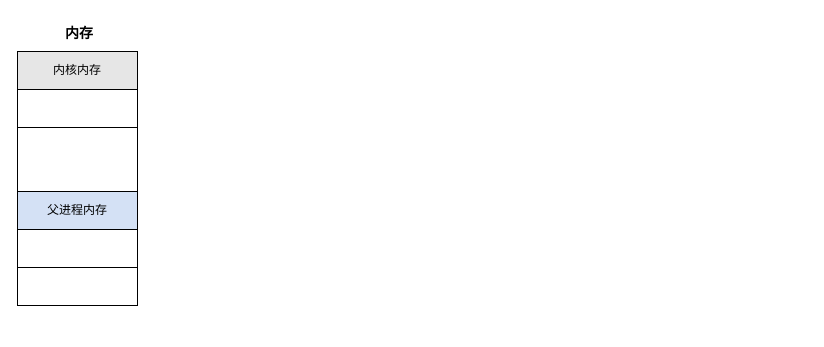
fsJerryChan/fsJerryChan keeps this draw.io diagram as fork.drawio. Above is the earlier version. Source tidied: cells renumbered, new cells numbered last; positions are measured from the earlier drawing's top-left corner, leaving out a move shared by most shapes. Both pictures are drawn from the tidied source at 100%, with x=0, y=0 at pixel (17, 17).
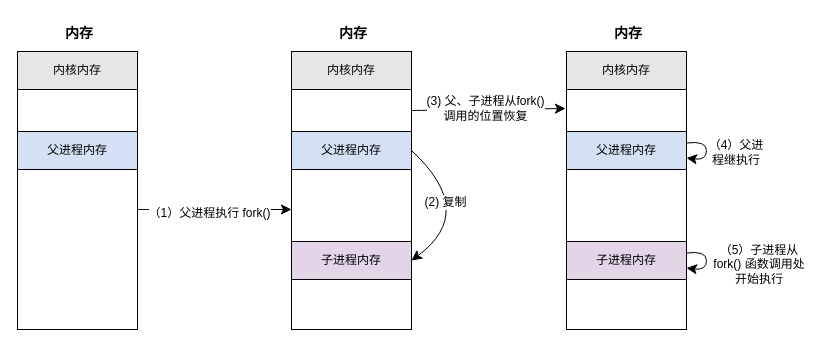
The same diagram, later.

Change to the diagram source:
```diff
@@
+    <mxCell id="9" style="edgeStyle=none;curved=1;rounded=0;jettySize=auto;html=1;entryX=0;entryY=0.5;entryDx=0;entryDy=0;fontSize=12;startSize=8;endSize=8;" parent="1" edge="1" source="3" target="14">
+      <mxGeometry relative="1" as="geometry" />
+    </mxCell>
+    <mxCell id="10" value="（1）父进程执行 fork()" style="edgeLabel;html=1;align=center;verticalAlign=middle;fontSize=12;" parent="9" vertex="1">
+      <mxGeometry x="-0.08" y="-3" relative="1" as="geometry" />
+    </mxCell>
     <mxCell id="3" style="rounded=0;whiteSpace=wrap;html=1;" parent="1" vertex="1">
-      <mxGeometry y="72" width="120" height="38" as="geometry" />
+      <mxGeometry y="72" width="120" height="240" as="geometry" />
     </mxCell>
-    <mxCell id="4" style="rounded=0;whiteSpace=wrap;html=1;" parent="1" vertex="1">
-      <mxGeometry y="110" width="120" height="64" as="geometry" />
-    </mxCell>
     <mxCell id="5" value="父进程内存" style="rounded=0;whiteSpace=wrap;html=1;fillColor=#D4E1F5;" parent="1" vertex="1">
-      <mxGeometry y="174" width="120" height="38" as="geometry" />
+      <mxGeometry y="114" width="120" height="38" as="geometry" />
     </mxCell>
-    <mxCell id="6" style="rounded=0;whiteSpace=wrap;html=1;" parent="1" vertex="1">
-      <mxGeometry y="212" width="120" height="38" as="geometry" />
-    </mxCell>
-    <mxCell id="7" style="rounded=0;whiteSpace=wrap;html=1;" parent="1" vertex="1">
-      <mxGeometry y="250" width="120" height="38" as="geometry" />
-    </mxCell>
@@
+    <mxCell id="11" value="内核内存" style="rounded=0;whiteSpace=wrap;html=1;fillColor=#E6E6E6;" parent="1" vertex="1">
+      <mxGeometry x="274" y="34" width="120" height="38" as="geometry" />
+    </mxCell>
+    <mxCell id="12" style="edgeStyle=none;curved=1;rounded=0;orthogonalLoop=1;jettySize=auto;html=1;fontSize=12;startSize=8;endSize=8;" parent="1" edge="1">
+      <mxGeometry relative="1" as="geometry">
+        <mxPoint x="394" y="93" as="sourcePoint" />
+        <mxPoint x="548" y="91" as="targetPoint" />
+      </mxGeometry>
+    </mxCell>
+    <mxCell id="13" value="(3) 父、子进程从fork() &lt;br&gt;调用的位置恢复" style="edgeLabel;html=1;align=center;verticalAlign=middle;fontSize=12;" parent="12" vertex="1">
+      <mxGeometry x="-0.17" y="2" relative="1" as="geometry">
+        <mxPoint x="10" as="offset" />
+      </mxGeometry>
+    </mxCell>
+    <mxCell id="14" style="rounded=0;whiteSpace=wrap;html=1;" parent="1" vertex="1">
+      <mxGeometry x="274" y="72" width="120" height="240" as="geometry" />
+    </mxCell>
+    <mxCell id="15" style="edgeStyle=none;curved=1;rounded=0;jettySize=auto;html=1;entryX=1;entryY=0.5;entryDx=0;entryDy=0;fontSize=12;startSize=8;endSize=8;exitX=1;exitY=0.5;exitDx=0;exitDy=0;" parent="1" edge="1" source="17" target="19">
+      <mxGeometry relative="1" as="geometry">
+        <Array as="points">
+          <mxPoint x="460" y="194" />
+        </Array>
+      </mxGeometry>
+    </mxCell>
+    <mxCell id="16" value="(2) 复制" style="edgeLabel;html=1;align=center;verticalAlign=middle;fontSize=12;" parent="15" vertex="1">
+      <mxGeometry x="-0.3" y="-15" relative="1" as="geometry" />
+    </mxCell>
+    <mxCell id="17" value="父进程内存" style="rounded=0;whiteSpace=wrap;html=1;fillColor=#D4E1F5;" parent="1" vertex="1">
+      <mxGeometry x="274" y="114" width="120" height="38" as="geometry" />
+    </mxCell>
+    <mxCell id="18" value="&lt;font style=&quot;font-size: 14px;&quot;&gt;&lt;b&gt;内存&lt;/b&gt;&lt;/font&gt;" style="text;strokeColor=none;fillColor=none;html=1;align=center;verticalAlign=middle;whiteSpace=wrap;rounded=0;fontSize=16;" parent="1" vertex="1">
+      <mxGeometry x="306" width="60" height="30" as="geometry" />
+    </mxCell>
+    <mxCell id="19" value="子进程内存" style="rounded=0;whiteSpace=wrap;html=1;fillColor=#E1D5E7;" parent="1" vertex="1">
+      <mxGeometry x="274" y="224" width="120" height="38" as="geometry" />
+    </mxCell>
+    <mxCell id="20" value="内核内存" style="rounded=0;whiteSpace=wrap;html=1;fillColor=#E6E6E6;" parent="1" vertex="1">
+      <mxGeometry x="549" y="34" width="120" height="38" as="geometry" />
+    </mxCell>
+    <mxCell id="21" style="rounded=0;whiteSpace=wrap;html=1;" parent="1" vertex="1">
+      <mxGeometry x="549" y="72" width="120" height="240" as="geometry" />
+    </mxCell>
+    <mxCell id="22" value="父进程内存" style="rounded=0;whiteSpace=wrap;html=1;fillColor=#D4E1F5;" parent="1" vertex="1">
+      <mxGeometry x="549" y="114" width="120" height="38" as="geometry" />
+    </mxCell>
+    <mxCell id="23" value="&lt;font style=&quot;font-size: 14px;&quot;&gt;&lt;b&gt;内存&lt;/b&gt;&lt;/font&gt;" style="text;strokeColor=none;fillColor=none;html=1;align=center;verticalAlign=middle;whiteSpace=wrap;rounded=0;fontSize=16;" parent="1" vertex="1">
+      <mxGeometry x="581" width="60" height="30" as="geometry" />
+    </mxCell>
+    <mxCell id="24" value="子进程内存" style="rounded=0;whiteSpace=wrap;html=1;fillColor=#E1D5E7;" parent="1" vertex="1">
+      <mxGeometry x="549" y="224" width="120" height="38" as="geometry" />
+    </mxCell>
+    <mxCell id="25" style="edgeStyle=none;curved=1;rounded=0;orthogonalLoop=1;jettySize=auto;html=1;fontSize=12;startSize=8;endSize=8;elbow=horizontal;" parent="1" edge="1" source="22" target="22">
+      <mxGeometry relative="1" as="geometry" />
+    </mxCell>
+    <mxCell id="26" value="（4）父进程继执行" style="text;strokeColor=none;fillColor=none;html=1;align=center;verticalAlign=middle;whiteSpace=wrap;rounded=0;fontSize=12;" parent="1" vertex="1">
+      <mxGeometry x="689" y="120" width="60" height="30" as="geometry" />
+    </mxCell>
+    <mxCell id="27" style="edgeStyle=none;curved=1;rounded=0;orthogonalLoop=1;jettySize=auto;html=1;fontSize=12;startSize=8;endSize=8;" parent="1" edge="1" source="24" target="24">
+      <mxGeometry relative="1" as="geometry" />
+    </mxCell>
+    <mxCell id="28" value="（5）子进程从 fork() 函数调用处开始执行" style="text;strokeColor=none;fillColor=none;html=1;align=center;verticalAlign=middle;whiteSpace=wrap;rounded=0;fontSize=12;" parent="1" vertex="1">
+      <mxGeometry x="695" y="232" width="94" height="30" as="geometry" />
+    </mxCell>
```
